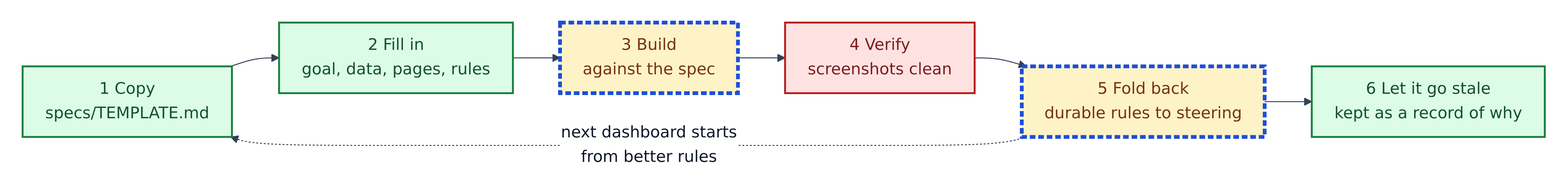
Before: guide/images/06-4-spec-lifecycle.png, a diagram exported from Mermaid (GibbonGambits/PGE-PBIP-Template). Its source is kept beside it as guide/images/src/06-4-spec-lifecycle.mmd.
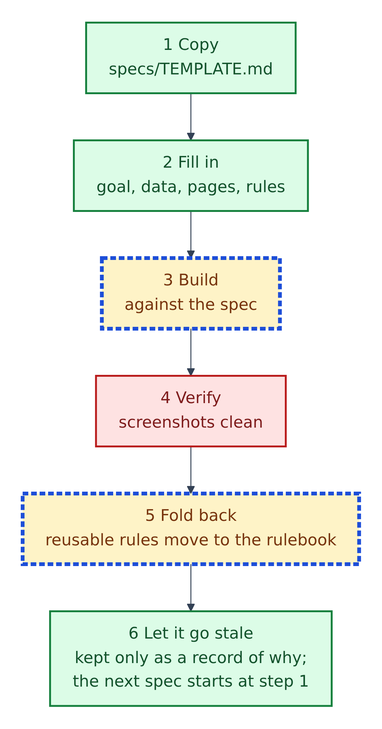
The same file after the commit.

The edit, as a diff of the source:
```diff
@@ -1,3 +1,8 @@
-flowchart LR
-  C["1 Copy<br/>specs/TEMPLATE.md"]:::g --> F["2 Fill in<br/>goal, data, pages, rules"]:::g --> B["3 Build<br/>against the spec"]:::aa --> V["4 Verify<br/>screenshots clean"]:::r --> FB["5 Fold back<br/>durable rules to steering"]:::aa --> S["6 Let it go stale<br/>kept as a record of why"]:::g
-  FB -. "next dashboard starts<br/>from better rules" .-> C
+flowchart TB
+  C["1 Copy<br/>specs/TEMPLATE.md"]:::g
+  F["2 Fill in<br/>goal, data, pages, rules"]:::g
+  B["3 Build<br/>against the spec"]:::aa
+  V["4 Verify<br/>screenshots clean"]:::r
+  FB["5 Fold back<br/>reusable rules move to the rulebook"]:::aa
+  S["6 Let it go stale<br/>kept only as a record of why;<br/>the next spec starts at step 1"]:::g
+  C --> F --> B --> V --> FB --> S
```
